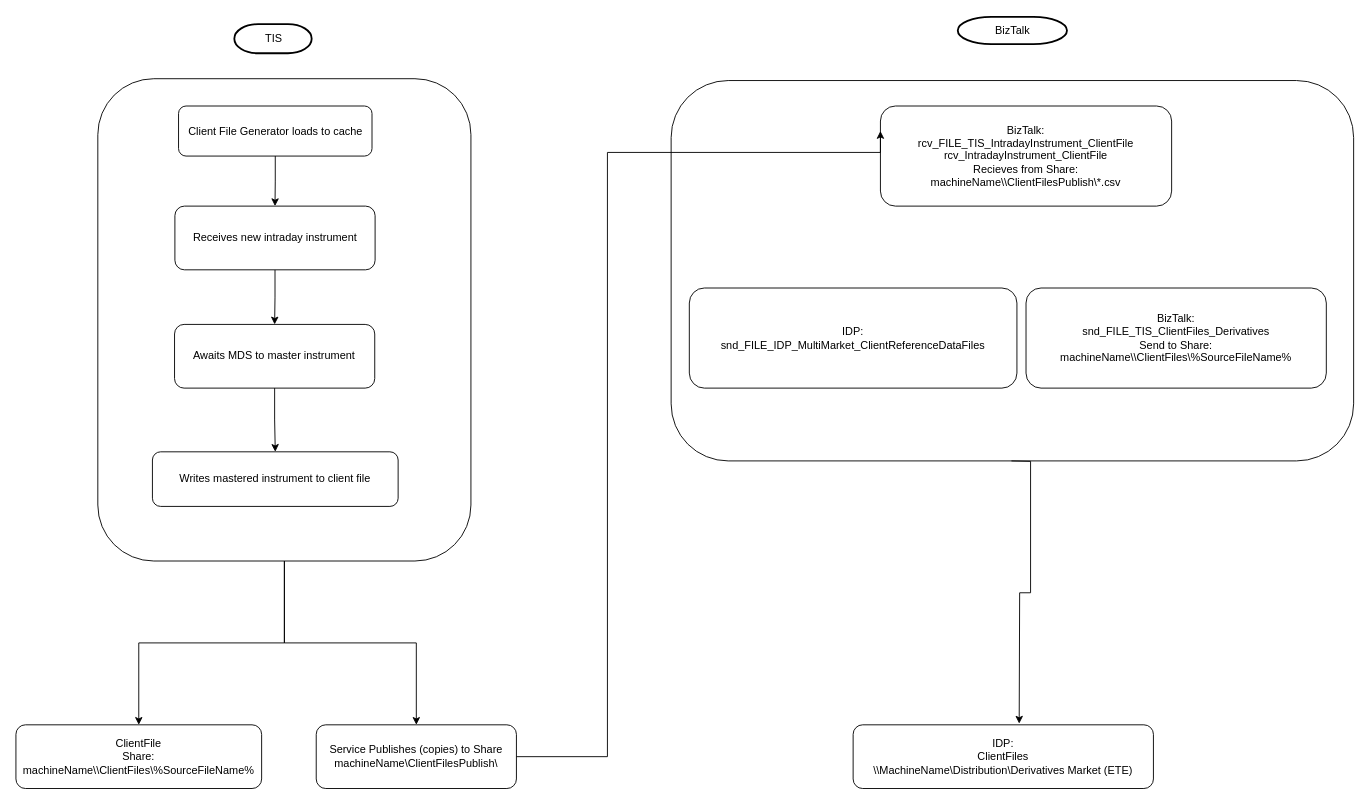
Earlier version of the draw.io diagram page "Intraday" (2 of 2) of ClientFiles.drawio (ByMadiba/Sandbox). Source tidied: cells renumbered, new cells numbered last; positions are measured from the earlier drawing's top-left corner, leaving out a move shared by most shapes. Both pictures are drawn from the tidied source at 91%, with x=0, y=0 at pixel (15, 16).
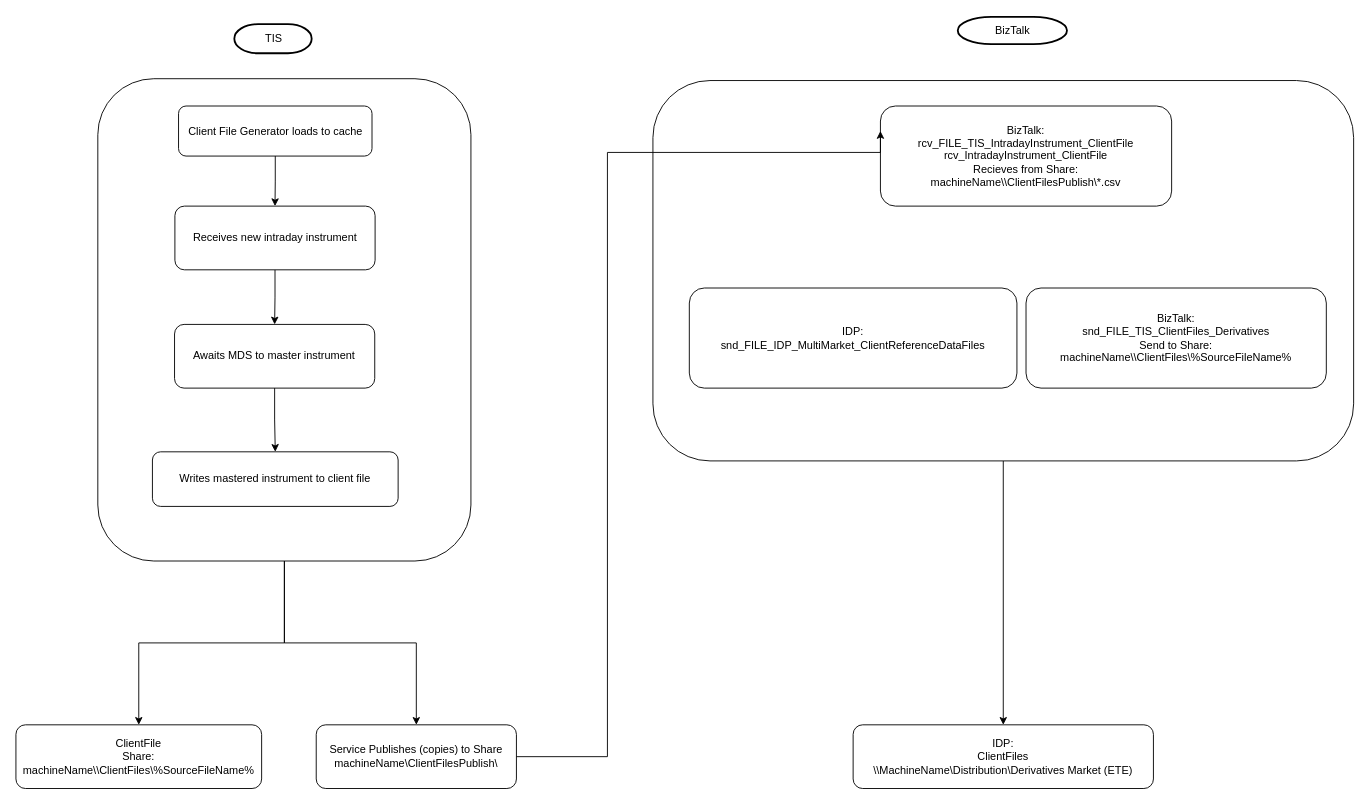
Above is the later version.

Unchanged cells that the change refers to:
```xml
<mxCell id="2" value="IDP:&lt;br style=&quot;border-color: var(--border-color);&quot;&gt;&lt;span style=&quot;&quot;&gt;ClientFiles&lt;br&gt;\\MachineName\Distribution\Derivatives Market (ETE)&lt;br&gt;&lt;/span&gt;" style="rounded=1;whiteSpace=wrap;html=1;" parent="1" vertex="1">
  <mxGeometry x="920" y="778" width="330" height="70" as="geometry" />
</mxCell>
```

Change to the diagram source:
```diff
@@
+    <mxCell id="23" style="edgeStyle=orthogonalEdgeStyle;rounded=0;jettySize=auto;html=1;entryX=0.5;entryY=0;entryDx=0;entryDy=0;" parent="1" edge="1" source="5" target="2">
+      <mxGeometry relative="1" as="geometry" />
+    </mxCell>
     <mxCell id="5" style="rounded=1;whiteSpace=wrap;html=1;" parent="1" vertex="1">
-      <mxGeometry x="720" y="70" width="750" height="418" as="geometry" />
+      <mxGeometry x="700" y="70" width="770" height="418" as="geometry" />
     </mxCell>
@@
-    <mxCell id="22" style="edgeStyle=orthogonalEdgeStyle;rounded=0;orthogonalLoop=1;jettySize=auto;html=1;entryX=0.556;entryY=-0.019;entryDx=0;entryDy=0;entryPerimeter=0;" parent="1" edge="1">
-      <mxGeometry relative="1" as="geometry">
-        <mxPoint x="1094" y="488" as="sourcePoint" />
-        <mxPoint x="1102.5" y="776.7" as="targetPoint" />
-      </mxGeometry>
-    </mxCell>
```
